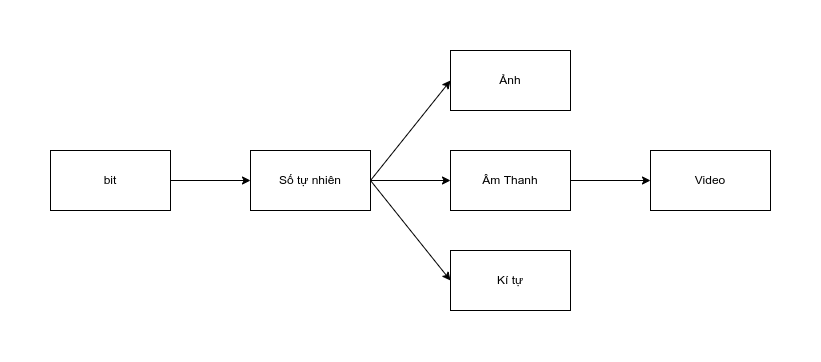
tinntt/tinntt.github.io keeps this draw.io diagram as images/20230826/chart.png. Above is the earlier version. Source tidied: cells renumbered, new cells last; positions are measured from the earlier drawing's top-left corner, leaving out a move shared by most shapes. The source it was exported from:
```xml
<mxGraphModel>
  <root>
    <mxCell id="0" />
    <mxCell id="1" parent="0" />
    <mxCell id="2" value="bit" style="rounded=0;whiteSpace=wrap;html=1;" parent="1" vertex="1">
      <mxGeometry y="100" width="120" height="60" as="geometry" />
    </mxCell>
    <mxCell id="3" value="Số tự nhiên" style="rounded=0;whiteSpace=wrap;html=1;" parent="1" vertex="1">
      <mxGeometry x="200" y="100" width="120" height="60" as="geometry" />
    </mxCell>
    <mxCell id="4" value="Kí tự" style="rounded=0;whiteSpace=wrap;html=1;" parent="1" vertex="1">
      <mxGeometry x="400" y="200" width="120" height="60" as="geometry" />
    </mxCell>
    <mxCell id="5" value="Âm Thanh" style="rounded=0;whiteSpace=wrap;html=1;" parent="1" vertex="1">
      <mxGeometry x="400" y="100" width="120" height="60" as="geometry" />
    </mxCell>
    <mxCell id="6" value="Ảnh" style="rounded=0;whiteSpace=wrap;html=1;" parent="1" vertex="1">
      <mxGeometry x="400" width="120" height="60" as="geometry" />
    </mxCell>
    <mxCell id="7" value="Video" style="rounded=0;whiteSpace=wrap;html=1;" parent="1" vertex="1">
      <mxGeometry x="600" y="100" width="120" height="60" as="geometry" />
    </mxCell>
    <mxCell id="8" style="endArrow=classic;html=1;rounded=0;exitX=1;exitY=0.5;exitDx=0;exitDy=0;entryX=0;entryY=0.5;entryDx=0;entryDy=0;" parent="1" edge="1" source="2" target="3">
      <mxGeometry relative="1" as="geometry" />
    </mxCell>
    <mxCell id="9" style="endArrow=classic;html=1;rounded=0;exitX=1;exitY=0.5;exitDx=0;exitDy=0;entryX=0;entryY=0.5;entryDx=0;entryDy=0;" parent="1" edge="1" source="3" target="6">
      <mxGeometry relative="1" as="geometry" />
    </mxCell>
    <mxCell id="10" style="endArrow=classic;html=1;rounded=0;exitX=1;exitY=0.5;exitDx=0;exitDy=0;entryX=0;entryY=0.5;entryDx=0;entryDy=0;" parent="1" edge="1" source="3" target="5">
      <mxGeometry relative="1" as="geometry" />
    </mxCell>
    <mxCell id="11" style="endArrow=classic;html=1;rounded=0;exitX=1;exitY=0.5;exitDx=0;exitDy=0;entryX=0;entryY=0.5;entryDx=0;entryDy=0;" parent="1" edge="1" source="3" target="4">
      <mxGeometry relative="1" as="geometry" />
    </mxCell>
    <mxCell id="12" style="endArrow=classic;html=1;rounded=0;exitX=1;exitY=0.5;exitDx=0;exitDy=0;" parent="1" edge="1" source="5" target="7">
      <mxGeometry relative="1" as="geometry" />
    </mxCell>
  </root>
</mxGraphModel>
```
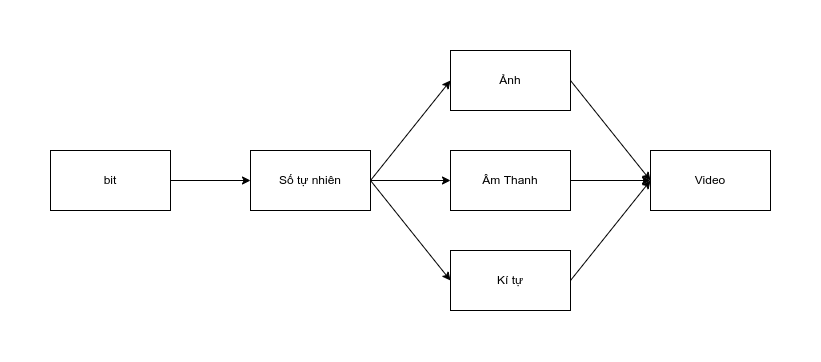
The same diagram one commit later.

The edit, as a diff of the source:
```diff
@@ -35,5 +35,13 @@
     <mxCell id="12" style="endArrow=classic;html=1;rounded=0;exitX=1;exitY=0.5;exitDx=0;exitDy=0;" parent="1" edge="1" source="5" target="7">
       <mxGeometry relative="1" as="geometry" />
     </mxCell>
+    <mxCell id="13" style="endArrow=classic;html=1;rounded=0;exitX=1;exitY=0.5;exitDx=0;exitDy=0;" parent="1" edge="1" source="6">
+      <mxGeometry relative="1" as="geometry">
+        <mxPoint x="600" y="130" as="targetPoint" />
+      </mxGeometry>
+    </mxCell>
+    <mxCell id="14" style="endArrow=classic;html=1;rounded=0;exitX=1;exitY=0.5;exitDx=0;exitDy=0;entryX=0;entryY=0.5;entryDx=0;entryDy=0;" parent="1" edge="1" source="4" target="7">
+      <mxGeometry relative="1" as="geometry" />
+    </mxCell>
   </root>
 </mxGraphModel>
```
